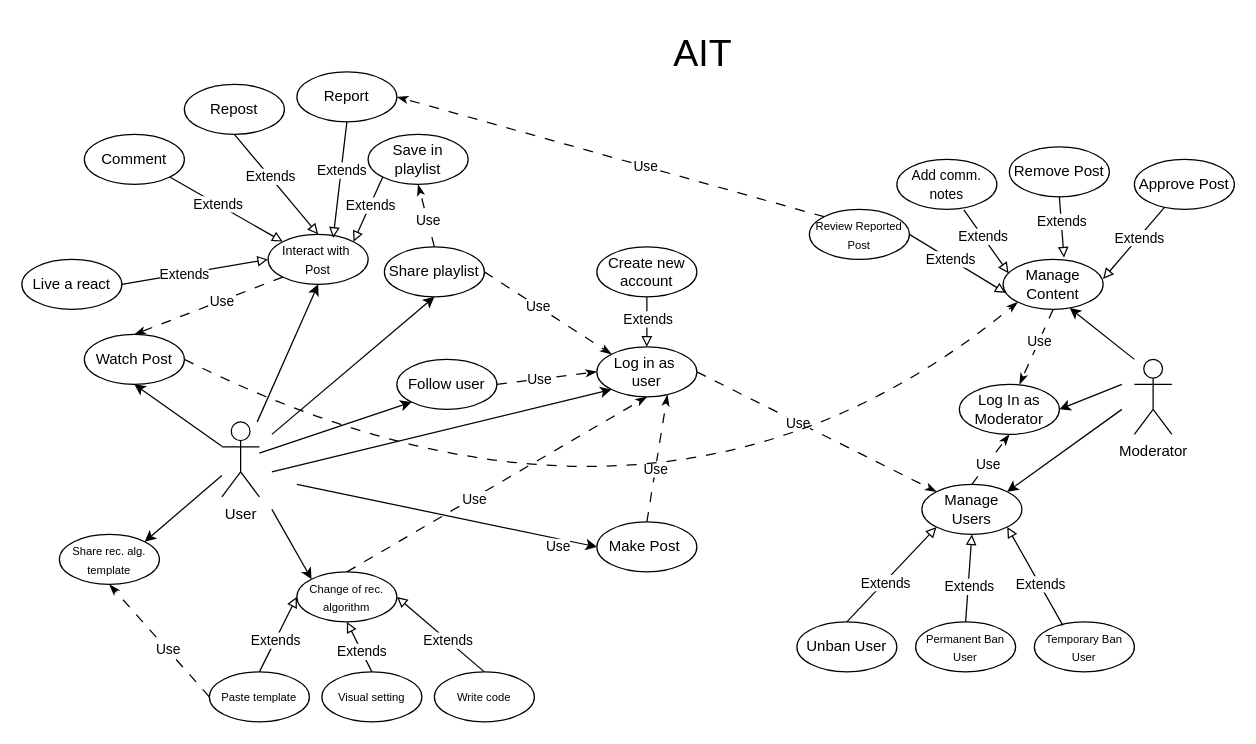
Above: Lab2/Lab2 diagram.drawio in iWANbpe/Vaultbooking (draw.io), before the change. Source tidied: cells renumbered, new cells numbered last; positions are measured from the earlier drawing's top-left corner, leaving out a move shared by most shapes. Both pictures are drawn from the tidied source at 125%, with x=0, y=0 at pixel (21, 21).
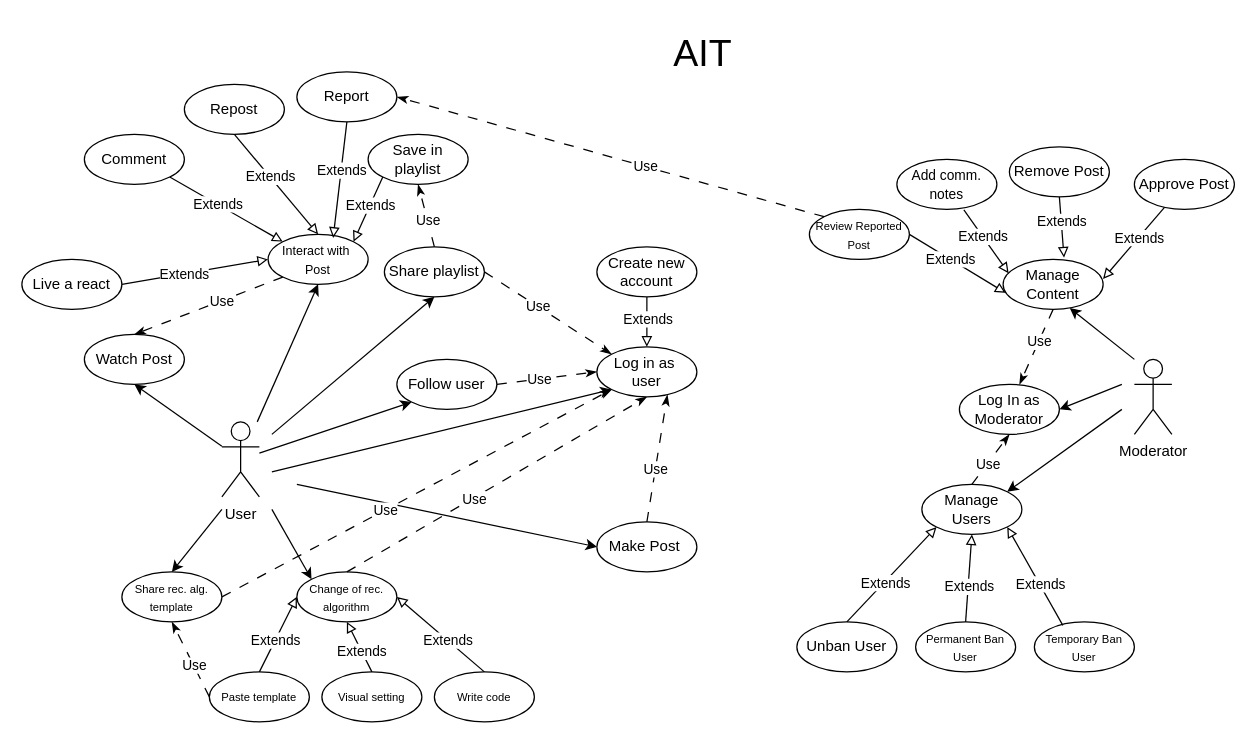
After the change.

The change refers to these unchanged cells:
```xml
<mxCell id="2" value="User" style="shape=umlActor;verticalLabelPosition=bottom;verticalAlign=top;html=1;outlineConnect=0;" parent="1" vertex="1">
  <mxGeometry x="160" y="320" width="30" height="60" as="geometry" />
</mxCell>
<mxCell id="16" value="&lt;font&gt;Watch Post&lt;/font&gt;" style="ellipse;whiteSpace=wrap;html=1;" parent="1" vertex="1">
  <mxGeometry x="50" y="250" width="80" height="40" as="geometry" />
</mxCell>
<mxCell id="56" value="Log in as&amp;nbsp;&lt;div&gt;user&lt;/div&gt;" style="ellipse;whiteSpace=wrap;html=1;" parent="1" vertex="1">
  <mxGeometry x="460" y="260" width="80" height="40" as="geometry" />
</mxCell>
<mxCell id="60" value="Manage Content" style="ellipse;whiteSpace=wrap;html=1;" parent="1" vertex="1">
  <mxGeometry x="785" y="190" width="80" height="40" as="geometry" />
</mxCell>
<mxCell id="65" value="Manage Users" style="ellipse;whiteSpace=wrap;html=1;" parent="1" vertex="1">
  <mxGeometry x="720" y="370" width="80" height="40" as="geometry" />
</mxCell>
```

What changed in the source:
```diff
@@
     <mxCell id="50" value="&lt;font style=&quot;font-size: 9px;&quot;&gt;Share rec. alg. template&lt;/font&gt;" style="ellipse;whiteSpace=wrap;html=1;" parent="1" vertex="1">
-      <mxGeometry x="30" y="410" width="80" height="40" as="geometry" />
+      <mxGeometry x="80" y="440" width="80" height="40" as="geometry" />
     </mxCell>
-    <mxCell id="51" style="endArrow=classic;html=1;rounded=0;entryX=1;entryY=0;entryDx=0;entryDy=0;" parent="1" edge="1" source="2" target="50">
-      <mxGeometry relative="1" as="geometry" />
+    <mxCell id="51" style="endArrow=classic;html=1;rounded=0;entryX=0.5;entryY=0;entryDx=0;entryDy=0;" parent="1" edge="1" target="50">
+      <mxGeometry relative="1" as="geometry">
+        <mxPoint x="160" y="390" as="sourcePoint" />
+      </mxGeometry>
     </mxCell>
@@
-    <mxCell id="95" style="endArrow=classicThin;html=1;rounded=0;dashed=1;dashPattern=8 8;endFill=1;entryX=0;entryY=0;entryDx=0;entryDy=0;exitX=1;exitY=0.5;exitDx=0;exitDy=0;" parent="1" edge="1" source="56" target="65">
-      <mxGeometry relative="1" as="geometry" />
-    </mxCell>
-    <mxCell id="96" value="Use" style="edgeLabel;html=1;align=center;verticalAlign=middle;" parent="95" vertex="1">
-      <mxGeometry x="-0.16" relative="1" as="geometry" />
-    </mxCell>
-    <mxCell id="97" style="endArrow=classicThin;html=1;rounded=0;dashed=1;dashPattern=8 8;endFill=1;entryX=0;entryY=1;entryDx=0;entryDy=0;exitX=1;exitY=0.5;exitDx=0;exitDy=0;curved=1;" parent="1" edge="1" source="16" target="60">
-      <mxGeometry relative="1" as="geometry">
-        <Array as="points">
-          <mxPoint x="510" y="460" />
-        </Array>
-      </mxGeometry>
-    </mxCell>
-    <mxCell id="98" value="Use" style="edgeLabel;html=1;align=center;verticalAlign=middle;" parent="97" vertex="1">
-      <mxGeometry x="-0.16" relative="1" as="geometry" />
-    </mxCell>
+    <mxCell id="99" style="endArrow=classicThin;html=1;rounded=0;dashed=1;dashPattern=8 8;endFill=1;entryX=0;entryY=1;entryDx=0;entryDy=0;exitX=1;exitY=0.5;exitDx=0;exitDy=0;" parent="1" edge="1" source="50" target="56">
+      <mxGeometry relative="1" as="geometry" />
+    </mxCell>
+    <mxCell id="100" value="Use" style="edgeLabel;html=1;align=center;verticalAlign=middle;" parent="99" vertex="1">
+      <mxGeometry x="-0.16" relative="1" as="geometry" />
+    </mxCell>
```
